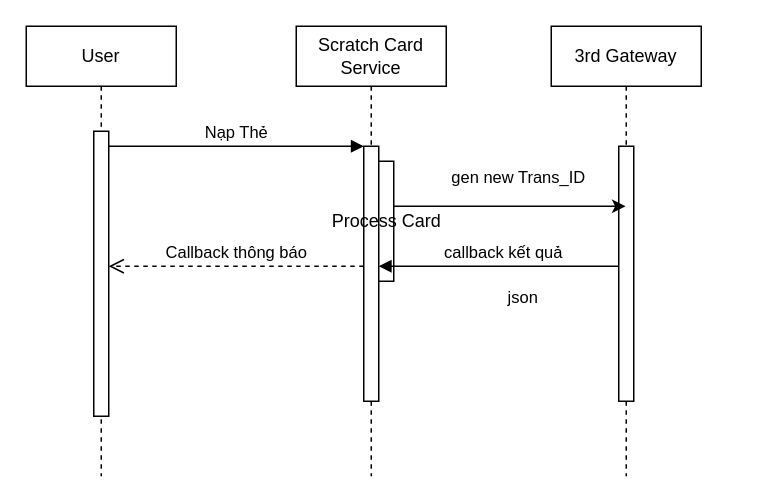
This is scratct_card_flow.drawio from bachdev/diagram, a draw.io file, before an edit. Source tidied: cells renumbered, new cells numbered last; positions are measured from the earlier drawing's top-left corner, leaving out a move shared by most shapes. Both pictures are drawn from the tidied source at 150%, with x=0, y=0 at pixel (26, 26).
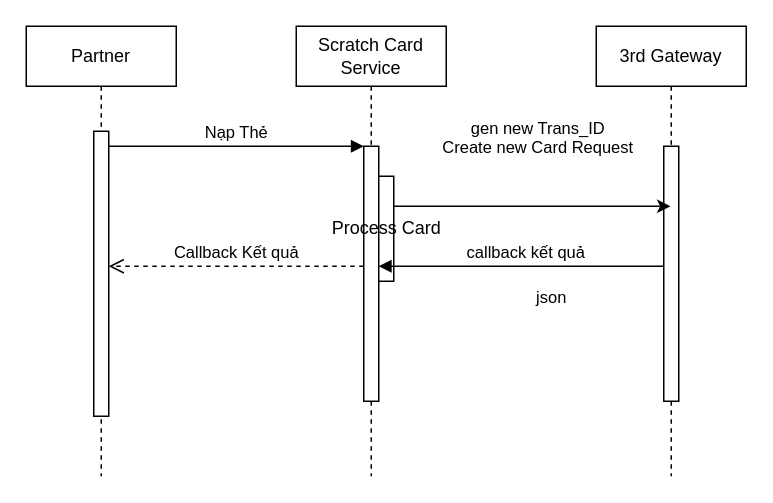
The same diagram, later.

The change refers to these unchanged cells:
```xml
<mxCell id="3" style="html=1;points=[];perimeter=orthogonalPerimeter;outlineConnect=0;targetShapes=umlLifeline;portConstraint=eastwest;newEdgeStyle={&quot;edgeStyle&quot;:&quot;elbowEdgeStyle&quot;,&quot;elbow&quot;:&quot;vertical&quot;,&quot;curved&quot;:0,&quot;rounded&quot;:0};" parent="2" vertex="1">
  <mxGeometry x="45" y="70" width="10" height="190" as="geometry" />
</mxCell>
<mxCell id="4" value="Scratch Card Service" style="shape=umlLifeline;perimeter=lifelinePerimeter;whiteSpace=wrap;html=1;newEdgeStyle={&quot;edgeStyle&quot;:&quot;elbowEdgeStyle&quot;,&quot;elbow&quot;:&quot;vertical&quot;,&quot;curved&quot;:0,&quot;rounded&quot;:0};" parent="1" vertex="1">
  <mxGeometry x="180" width="100" height="300" as="geometry" />
</mxCell>
<mxCell id="5" style="html=1;points=[];perimeter=orthogonalPerimeter;outlineConnect=0;targetShapes=umlLifeline;portConstraint=eastwest;newEdgeStyle={&quot;edgeStyle&quot;:&quot;elbowEdgeStyle&quot;,&quot;elbow&quot;:&quot;vertical&quot;,&quot;curved&quot;:0,&quot;rounded&quot;:0};" parent="4" vertex="1">
  <mxGeometry x="45" y="80" width="10" height="170" as="geometry" />
</mxCell>
<mxCell id="13" style="edgeStyle=elbowEdgeStyle;rounded=0;jettySize=auto;html=1;elbow=vertical;curved=0;" parent="1" edge="1" source="6" target="11">
  <mxGeometry relative="1" as="geometry">
    <Array as="points">
      <mxPoint x="330" y="120" />
    </Array>
  </mxGeometry>
</mxCell>
```

What changed in the source:
```diff
@@
-    <mxCell id="2" value="User" style="shape=umlLifeline;perimeter=lifelinePerimeter;whiteSpace=wrap;html=1;newEdgeStyle={&quot;edgeStyle&quot;:&quot;elbowEdgeStyle&quot;,&quot;elbow&quot;:&quot;vertical&quot;,&quot;curved&quot;:0,&quot;rounded&quot;:0};" parent="1" vertex="1">
+    <mxCell id="2" value="Partner" style="shape=umlLifeline;perimeter=lifelinePerimeter;whiteSpace=wrap;html=1;newEdgeStyle={&quot;edgeStyle&quot;:&quot;elbowEdgeStyle&quot;,&quot;elbow&quot;:&quot;vertical&quot;,&quot;curved&quot;:0,&quot;rounded&quot;:0};" parent="1" vertex="1">
       <mxGeometry width="100" height="300" as="geometry" />
     </mxCell>
@@
     <mxCell id="6" value="Process Card" style="html=1;points=[];perimeter=orthogonalPerimeter;outlineConnect=0;targetShapes=umlLifeline;portConstraint=eastwest;newEdgeStyle={&quot;edgeStyle&quot;:&quot;elbowEdgeStyle&quot;,&quot;elbow&quot;:&quot;vertical&quot;,&quot;curved&quot;:0,&quot;rounded&quot;:0};" parent="4" vertex="1">
-      <mxGeometry x="55" y="90" width="10" height="80" as="geometry" />
+      <mxGeometry x="55" y="100" width="10" height="70" as="geometry" />
     </mxCell>
@@
-    <mxCell id="8" value="Callback thông báo" style="html=1;verticalAlign=bottom;endArrow=open;dashed=1;endSize=8;edgeStyle=elbowEdgeStyle;elbow=vertical;curved=0;rounded=0;" parent="1" edge="1" source="5" target="3">
+    <mxCell id="8" value="Callback Kết quả" style="html=1;verticalAlign=bottom;endArrow=open;dashed=1;endSize=8;edgeStyle=elbowEdgeStyle;elbow=vertical;curved=0;rounded=0;" parent="1" edge="1" source="5" target="3">
       <mxGeometry relative="1" as="geometry">
         <Array as="points">
           <mxPoint x="150" y="160" />
           <mxPoint x="150" y="240" />
         </Array>
       </mxGeometry>
     </mxCell>
@@
     <mxCell id="11" value="3rd Gateway" style="shape=umlLifeline;perimeter=lifelinePerimeter;whiteSpace=wrap;html=1;outlineConnect=0;portConstraint=eastwest;newEdgeStyle={&quot;edgeStyle&quot;:&quot;elbowEdgeStyle&quot;,&quot;elbow&quot;:&quot;vertical&quot;,&quot;curved&quot;:0,&quot;rounded&quot;:0};" parent="1" vertex="1">
-      <mxGeometry x="350" width="100" height="300" as="geometry" />
+      <mxGeometry x="380" width="100" height="300" as="geometry" />
     </mxCell>
@@
-    <mxCell id="14" value="gen new Trans_ID" style="edgeLabel;html=1;align=center;verticalAlign=middle;" parent="13" vertex="1">
+    <mxCell id="14" value="&lt;div&gt;gen new Trans_ID&lt;/div&gt;&lt;div&gt;Create new Card Request&lt;/div&gt;&lt;div&gt;&lt;br&gt;&lt;/div&gt;" style="edgeLabel;html=1;align=center;verticalAlign=middle;" parent="13" vertex="1">
       <mxGeometry x="0.06" y="1" relative="1" as="geometry">
-        <mxPoint y="-19" as="offset" />
+        <mxPoint x="-3" y="-39" as="offset" />
       </mxGeometry>
     </mxCell>
```
